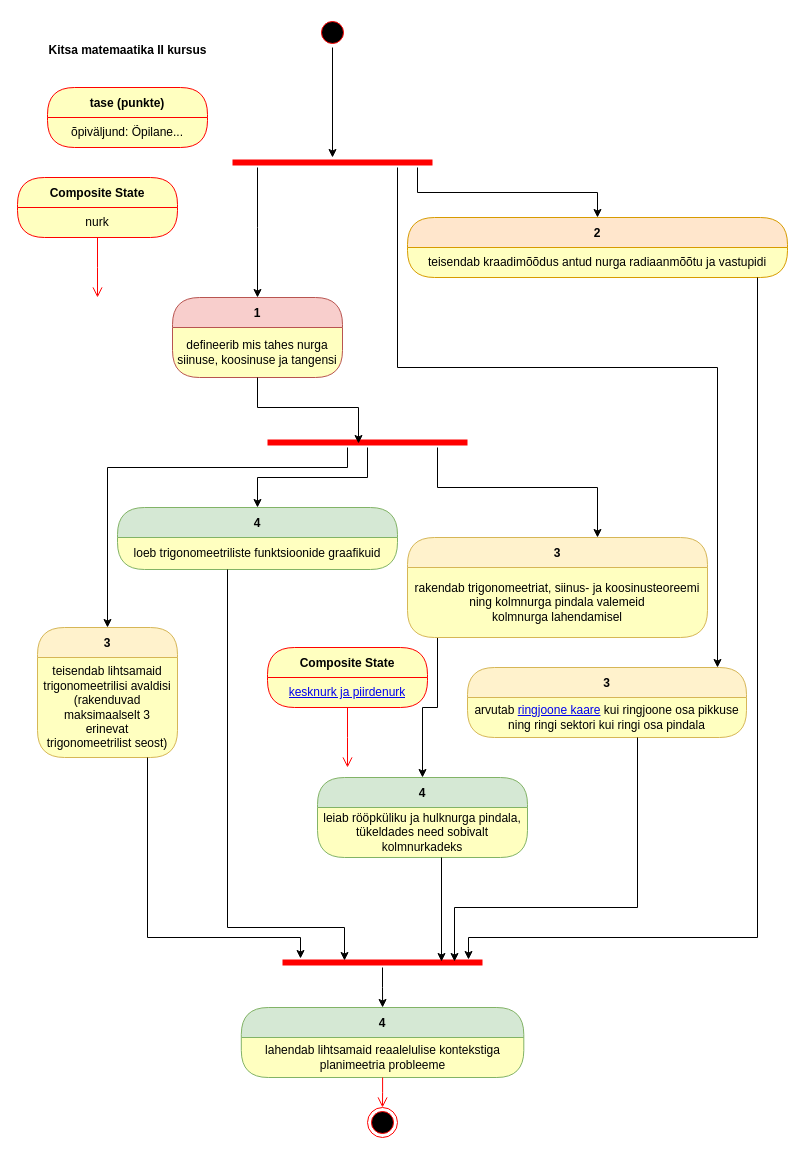
Earlier version of the draw.io diagram page "Õpiväljundid" (1 of 2) of rmd/matemaatika-kitsas-2.drawio (piiskop/matemaatika-kitsas-2). Source tidied: cells renumbered, new cells numbered last; positions are measured from the earlier drawing's top-left corner, leaving out a move shared by most shapes. Both pictures are drawn from the tidied source at 100%, with x=0, y=0 at pixel (17, 17).
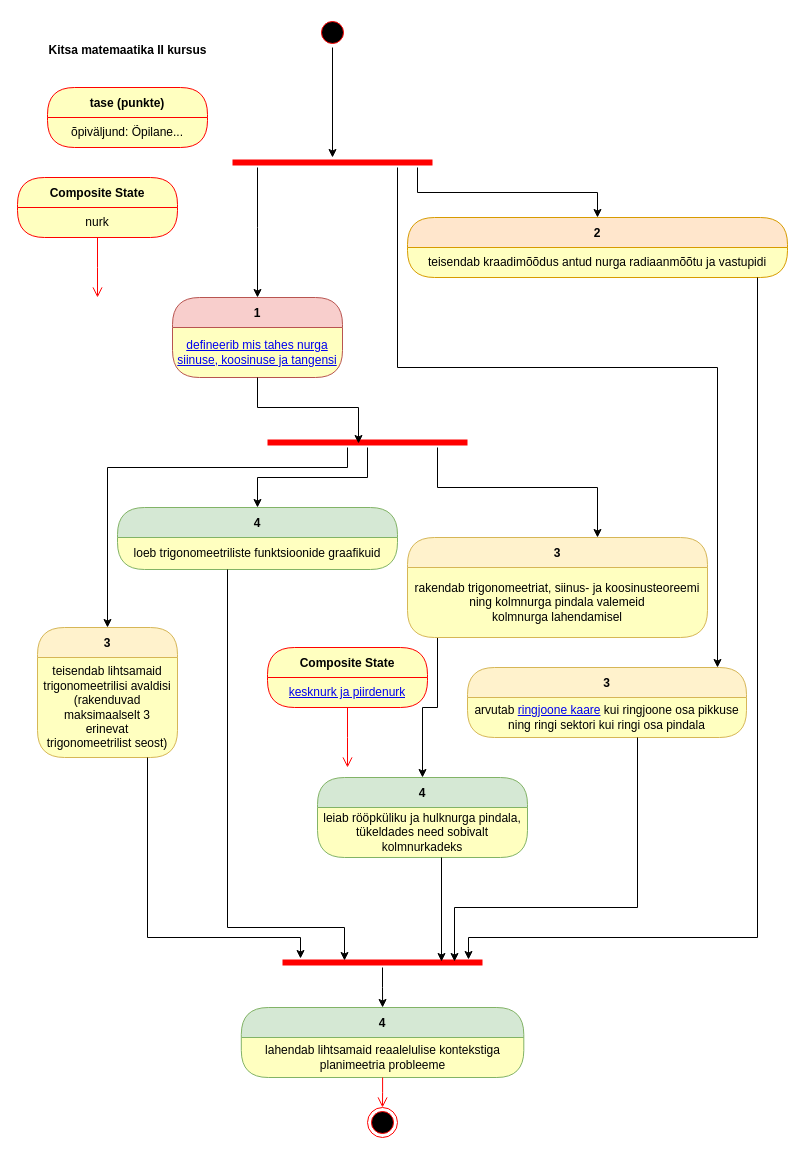
The same page after the edit.

Commit message:
video kaaslane definitsioonidele

Unchanged cells that the change refers to:
```xml
<mxCell id="19" value="1" style="swimlane;fontStyle=1;align=center;verticalAlign=middle;horizontal=1;startSize=30;rounded=1;arcSize=30;strokeColor=#b85450;fillColor=#f8cecc;swimlaneFillColor=#ffffc0;" parent="1" vertex="1">
  <mxGeometry x="155" y="280" width="170" height="80" as="geometry" />
</mxCell>
```

What changed in the source:
```diff
@@
-    <mxCell id="20" value="defineerib mis tahes nurga siinuse, koosinuse ja tangensi" style="text;html=1;strokeColor=none;fillColor=none;align=center;verticalAlign=middle;spacingLeft=4;spacingRight=4;whiteSpace=wrap;overflow=hidden;fontColor=#000000;" parent="19" vertex="1">
+    <mxCell id="20" value="&lt;a href=&quot;https://youtu.be/VJu7h53GuGE&quot;&gt;defineerib mis tahes nurga siinuse, koosinuse ja tangensi&lt;/a&gt;" style="text;html=1;strokeColor=none;fillColor=none;align=center;verticalAlign=middle;spacingLeft=4;spacingRight=4;whiteSpace=wrap;overflow=hidden;fontColor=#000000;" parent="19" vertex="1">
       <mxGeometry y="30" width="170" height="50" as="geometry" />
     </mxCell>
```
